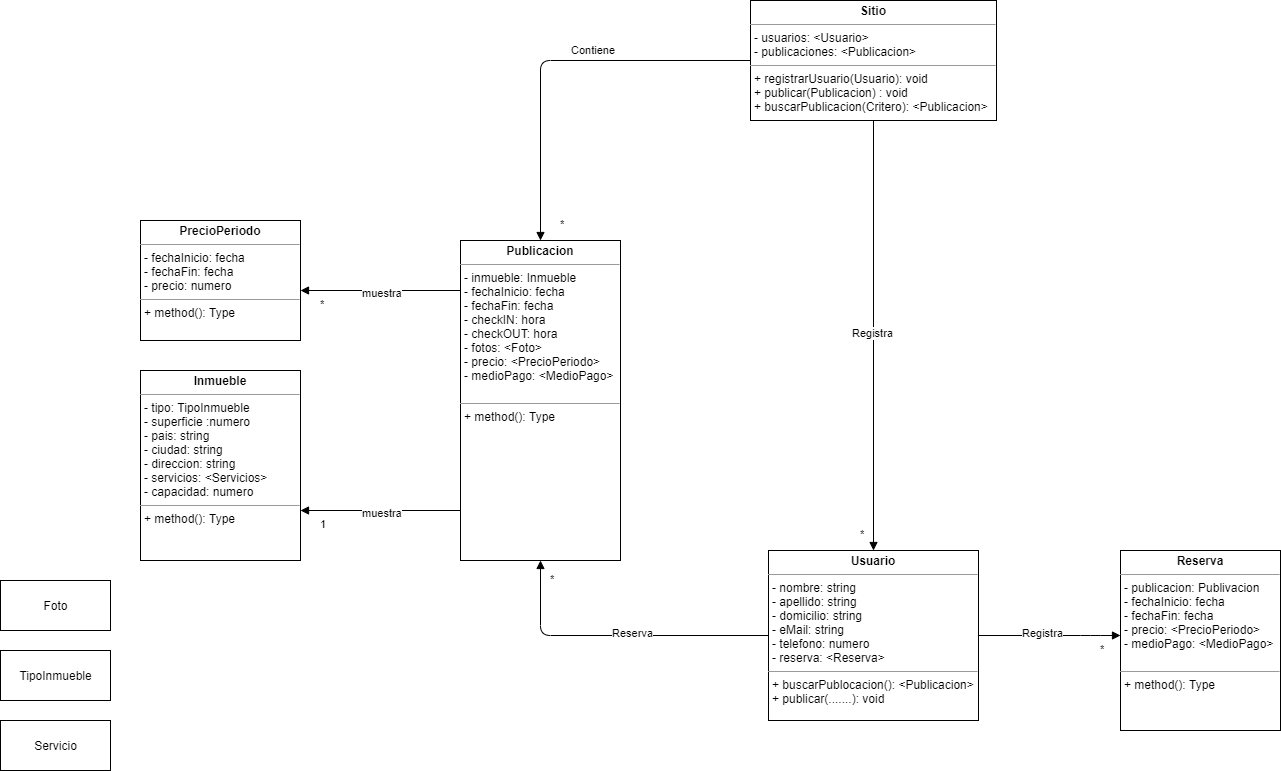
The draw.io diagram UML_PO2_TP_FINALPNG.png in CundariNicolas/PO2_TP_FINAL_2021, before a commit. Source tidied: cells renumbered, new cells last; positions are measured from the earlier drawing's top-left corner, leaving out a move shared by most shapes. Source of this version:
```xml
<mxGraphModel background="#ffffff">
  <root>
    <mxCell id="0" />
    <mxCell id="1" parent="0" />
    <mxCell id="2" value="&lt;p style=&quot;margin: 0px ; margin-top: 4px ; text-align: center&quot;&gt;&lt;b&gt;Usuario&lt;/b&gt;&lt;/p&gt;&lt;hr size=&quot;1&quot;&gt;&lt;p style=&quot;margin: 0px ; margin-left: 4px&quot;&gt;- nombre: string&lt;/p&gt;&lt;p style=&quot;margin: 0px ; margin-left: 4px&quot;&gt;- apellido: string&lt;/p&gt;&lt;p style=&quot;margin: 0px ; margin-left: 4px&quot;&gt;- domicilio: string&lt;/p&gt;&lt;p style=&quot;margin: 0px ; margin-left: 4px&quot;&gt;- eMail: string&lt;/p&gt;&lt;p style=&quot;margin: 0px ; margin-left: 4px&quot;&gt;- telefono: numero&lt;/p&gt;&lt;p style=&quot;margin: 0px ; margin-left: 4px&quot;&gt;- reserva: &amp;lt;Reserva&amp;gt;&lt;/p&gt;&lt;hr size=&quot;1&quot;&gt;&lt;p style=&quot;margin: 0px ; margin-left: 4px&quot;&gt;+ buscarPublocacion(): &amp;lt;Publicacion&amp;gt;&lt;/p&gt;&lt;p style=&quot;margin: 0px ; margin-left: 4px&quot;&gt;+ publicar(.......): void&lt;/p&gt;" style="verticalAlign=top;align=left;overflow=fill;fontSize=12;fontFamily=Helvetica;html=1;" parent="1" vertex="1">
      <mxGeometry x="768" y="550" width="210" height="170" as="geometry" />
    </mxCell>
    <mxCell id="3" value="&lt;p style=&quot;margin: 0px ; margin-top: 4px ; text-align: center&quot;&gt;&lt;b&gt;Publicacion&lt;/b&gt;&lt;/p&gt;&lt;hr size=&quot;1&quot;&gt;&lt;p style=&quot;margin: 0px ; margin-left: 4px&quot;&gt;- inmueble: Inmueble&lt;/p&gt;&lt;p style=&quot;margin: 0px ; margin-left: 4px&quot;&gt;- fechaInicio: fecha&lt;/p&gt;&lt;p style=&quot;margin: 0px ; margin-left: 4px&quot;&gt;- fechaFin: fecha&lt;/p&gt;&lt;p style=&quot;margin: 0px ; margin-left: 4px&quot;&gt;- checkIN: hora&lt;/p&gt;&lt;p style=&quot;margin: 0px ; margin-left: 4px&quot;&gt;- checkOUT: hora&lt;/p&gt;&lt;p style=&quot;margin: 0px ; margin-left: 4px&quot;&gt;- fotos: &amp;lt;Foto&amp;gt;&lt;/p&gt;&lt;p style=&quot;margin: 0px ; margin-left: 4px&quot;&gt;- precio: &amp;lt;PrecioPeriodo&amp;gt;&lt;/p&gt;&lt;p style=&quot;margin: 0px ; margin-left: 4px&quot;&gt;- medioPago: &amp;lt;MedioPago&amp;gt;&lt;/p&gt;&lt;p style=&quot;margin: 0px ; margin-left: 4px&quot;&gt;&lt;br&gt;&lt;/p&gt;&lt;hr size=&quot;1&quot;&gt;&lt;p style=&quot;margin: 0px ; margin-left: 4px&quot;&gt;+ method(): Type&lt;/p&gt;" style="verticalAlign=top;align=left;overflow=fill;fontSize=12;fontFamily=Helvetica;html=1;" parent="1" vertex="1">
      <mxGeometry x="460" y="240" width="160" height="320" as="geometry" />
    </mxCell>
    <mxCell id="4" value="&lt;p style=&quot;margin: 0px ; margin-top: 4px ; text-align: center&quot;&gt;&lt;b&gt;Sitio&lt;/b&gt;&lt;/p&gt;&lt;hr size=&quot;1&quot;&gt;&lt;p style=&quot;margin: 0px ; margin-left: 4px&quot;&gt;- usuarios: &amp;lt;Usuario&amp;gt;&lt;/p&gt;&lt;p style=&quot;margin: 0px ; margin-left: 4px&quot;&gt;- publicaciones: &amp;lt;Publicacion&amp;gt;&lt;/p&gt;&lt;hr size=&quot;1&quot;&gt;&lt;p style=&quot;margin: 0px ; margin-left: 4px&quot;&gt;+ registrarUsuario(Usuario): void&lt;/p&gt;&lt;p style=&quot;margin: 0px ; margin-left: 4px&quot;&gt;+ publicar(Publicacion) : void&lt;/p&gt;&lt;p style=&quot;margin: 0px ; margin-left: 4px&quot;&gt;+ buscarPublicacion(Critero): &amp;lt;Publicacion&amp;gt;&lt;/p&gt;" style="verticalAlign=top;align=left;overflow=fill;fontSize=12;fontFamily=Helvetica;html=1;" parent="1" vertex="1">
      <mxGeometry x="750" width="246" height="120" as="geometry" />
    </mxCell>
    <mxCell id="5" value="&lt;p style=&quot;margin: 0px ; margin-top: 4px ; text-align: center&quot;&gt;&lt;b&gt;Inmueble&lt;/b&gt;&lt;/p&gt;&lt;hr size=&quot;1&quot;&gt;&lt;p style=&quot;margin: 0px ; margin-left: 4px&quot;&gt;- tipo: TipoInmueble&lt;/p&gt;&lt;p style=&quot;margin: 0px ; margin-left: 4px&quot;&gt;- superficie :numero&lt;/p&gt;&lt;p style=&quot;margin: 0px ; margin-left: 4px&quot;&gt;- pais: string&lt;/p&gt;&lt;p style=&quot;margin: 0px ; margin-left: 4px&quot;&gt;- ciudad: string&lt;/p&gt;&lt;p style=&quot;margin: 0px ; margin-left: 4px&quot;&gt;- direccion: string&lt;/p&gt;&lt;p style=&quot;margin: 0px ; margin-left: 4px&quot;&gt;- servicios: &amp;lt;Servicios&amp;gt;&lt;/p&gt;&lt;p style=&quot;margin: 0px ; margin-left: 4px&quot;&gt;- capacidad: numero&lt;/p&gt;&lt;hr size=&quot;1&quot;&gt;&lt;p style=&quot;margin: 0px ; margin-left: 4px&quot;&gt;+ method(): Type&lt;/p&gt;" style="verticalAlign=top;align=left;overflow=fill;fontSize=12;fontFamily=Helvetica;html=1;" parent="1" vertex="1">
      <mxGeometry x="140" y="370" width="160" height="190" as="geometry" />
    </mxCell>
    <mxCell id="6" value="TipoInmueble" style="html=1;" parent="1" vertex="1">
      <mxGeometry y="650" width="110" height="50" as="geometry" />
    </mxCell>
    <mxCell id="7" value="Servicio" style="html=1;" parent="1" vertex="1">
      <mxGeometry y="720" width="110" height="50" as="geometry" />
    </mxCell>
    <mxCell id="8" value="Foto" style="html=1;" parent="1" vertex="1">
      <mxGeometry y="580" width="110" height="50" as="geometry" />
    </mxCell>
    <mxCell id="9" value="&lt;p style=&quot;margin: 0px ; margin-top: 4px ; text-align: center&quot;&gt;&lt;b&gt;PrecioPeriodo&lt;/b&gt;&lt;/p&gt;&lt;hr size=&quot;1&quot;&gt;&lt;p style=&quot;margin: 0px ; margin-left: 4px&quot;&gt;- fechaInicio: fecha&lt;/p&gt;&lt;p style=&quot;margin: 0px ; margin-left: 4px&quot;&gt;- fechaFin: fecha&lt;/p&gt;&lt;p style=&quot;margin: 0px ; margin-left: 4px&quot;&gt;- precio: numero&lt;/p&gt;&lt;hr size=&quot;1&quot;&gt;&lt;p style=&quot;margin: 0px ; margin-left: 4px&quot;&gt;+ method(): Type&lt;/p&gt;" style="verticalAlign=top;align=left;overflow=fill;fontSize=12;fontFamily=Helvetica;html=1;" parent="1" vertex="1">
      <mxGeometry x="140" y="220" width="160" height="120" as="geometry" />
    </mxCell>
    <mxCell id="10" value="&lt;p style=&quot;margin: 0px ; margin-top: 4px ; text-align: center&quot;&gt;&lt;b&gt;Reserva&lt;/b&gt;&lt;/p&gt;&lt;hr size=&quot;1&quot;&gt;&lt;p style=&quot;margin: 0px ; margin-left: 4px&quot;&gt;- publicacion: Publivacion&lt;/p&gt;&lt;p style=&quot;margin: 0px ; margin-left: 4px&quot;&gt;- fechaInicio: fecha&lt;/p&gt;&lt;p style=&quot;margin: 0px ; margin-left: 4px&quot;&gt;- fechaFin: fecha&lt;/p&gt;&lt;p style=&quot;margin: 0px ; margin-left: 4px&quot;&gt;- precio: &amp;lt;PrecioPeriodo&amp;gt;&lt;/p&gt;&lt;p style=&quot;margin: 0px ; margin-left: 4px&quot;&gt;- medioPago: &amp;lt;MedioPago&amp;gt;&lt;/p&gt;&lt;p style=&quot;margin: 0px ; margin-left: 4px&quot;&gt;&lt;br&gt;&lt;/p&gt;&lt;hr size=&quot;1&quot;&gt;&lt;p style=&quot;margin: 0px ; margin-left: 4px&quot;&gt;+ method(): Type&lt;/p&gt;" style="verticalAlign=top;align=left;overflow=fill;fontSize=12;fontFamily=Helvetica;html=1;" parent="1" vertex="1">
      <mxGeometry x="1120" y="550" width="160" height="180" as="geometry" />
    </mxCell>
    <mxCell id="11" value="Registra" style="endArrow=block;endFill=1;html=1;edgeStyle=orthogonalEdgeStyle;align=left;verticalAlign=top;" parent="1" edge="1" source="4" target="2">
      <mxGeometry x="-0.07" y="-23" relative="1" as="geometry" />
    </mxCell>
    <mxCell id="12" value="*" style="edgeLabel;html=1;align=left;verticalAlign=bottom;spacing=20;" parent="11" vertex="1">
      <mxGeometry x="-1" relative="1" as="geometry">
        <mxPoint x="-33" y="440" as="offset" />
      </mxGeometry>
    </mxCell>
    <mxCell id="13" value="Reserva" style="endArrow=block;endFill=1;html=1;edgeStyle=orthogonalEdgeStyle;align=left;verticalAlign=top;" parent="1" edge="1" source="2" target="3">
      <mxGeometry x="0.04" y="-15" relative="1" as="geometry">
        <Array as="points">
          <mxPoint x="540" y="635" />
        </Array>
      </mxGeometry>
    </mxCell>
    <mxCell id="14" value="*" style="edgeLabel;html=1;align=left;verticalAlign=bottom;spacing=20;" parent="13" vertex="1">
      <mxGeometry x="-1" relative="1" as="geometry">
        <mxPoint x="-238" y="-30" as="offset" />
      </mxGeometry>
    </mxCell>
    <mxCell id="15" value="Registra" style="endArrow=block;endFill=1;html=1;edgeStyle=orthogonalEdgeStyle;align=left;verticalAlign=top;" parent="1" edge="1" source="2" target="10">
      <mxGeometry x="-0.41" y="15" relative="1" as="geometry">
        <Array as="points">
          <mxPoint x="1090" y="635" />
          <mxPoint x="1090" y="635" />
        </Array>
      </mxGeometry>
    </mxCell>
    <mxCell id="16" value="*" style="edgeLabel;html=1;align=left;verticalAlign=bottom;spacing=20;" parent="15" vertex="1">
      <mxGeometry x="-1" relative="1" as="geometry">
        <mxPoint x="102" y="40" as="offset" />
      </mxGeometry>
    </mxCell>
    <mxCell id="17" value="Contiene" style="endArrow=block;endFill=1;html=1;edgeStyle=orthogonalEdgeStyle;align=left;verticalAlign=top;" parent="1" edge="1" source="4" target="3">
      <mxGeometry x="-0.07" y="-23" relative="1" as="geometry" />
    </mxCell>
    <mxCell id="18" value="*" style="edgeLabel;html=1;align=left;verticalAlign=bottom;spacing=20;" parent="17" vertex="1">
      <mxGeometry x="-1" relative="1" as="geometry">
        <mxPoint x="-210" y="190" as="offset" />
      </mxGeometry>
    </mxCell>
    <mxCell id="19" value="muestra" style="endArrow=block;endFill=1;html=1;edgeStyle=orthogonalEdgeStyle;align=left;verticalAlign=top;" parent="1" edge="1" source="3" target="5">
      <mxGeometry x="0.25" y="-10" relative="1" as="geometry">
        <Array as="points">
          <mxPoint x="390" y="510" />
          <mxPoint x="390" y="510" />
        </Array>
      </mxGeometry>
    </mxCell>
    <mxCell id="20" value="1" style="edgeLabel;html=1;align=left;verticalAlign=bottom;spacing=20;" parent="19" vertex="1">
      <mxGeometry x="-1" relative="1" as="geometry">
        <mxPoint x="-160" y="40" as="offset" />
      </mxGeometry>
    </mxCell>
    <mxCell id="21" value="muestra" style="endArrow=block;endFill=1;html=1;edgeStyle=orthogonalEdgeStyle;align=left;verticalAlign=top;" parent="1" edge="1">
      <mxGeometry x="0.25" y="-10" relative="1" as="geometry">
        <mxPoint x="460" y="290" as="sourcePoint" />
        <mxPoint x="300" y="290" as="targetPoint" />
        <Array as="points">
          <mxPoint x="390" y="290" />
          <mxPoint x="390" y="290" />
        </Array>
      </mxGeometry>
    </mxCell>
    <mxCell id="22" value="*" style="edgeLabel;html=1;align=left;verticalAlign=bottom;spacing=20;" parent="21" vertex="1">
      <mxGeometry x="-1" relative="1" as="geometry">
        <mxPoint x="-160" y="40" as="offset" />
      </mxGeometry>
    </mxCell>
  </root>
</mxGraphModel>
```
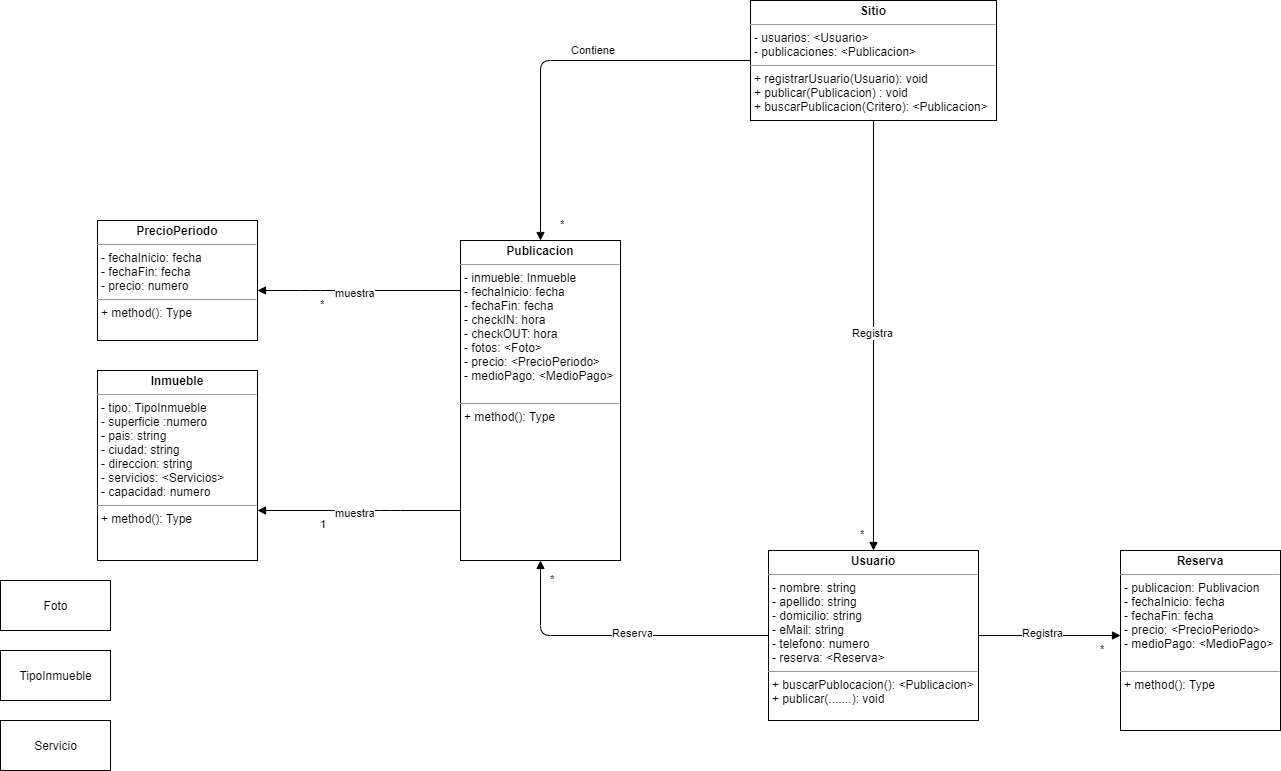
Above is the later version.

The edit, as a diff of the source:
```diff
@@ -12,7 +12,7 @@
       <mxGeometry x="750" width="246" height="120" as="geometry" />
     </mxCell>
     <mxCell id="5" value="&lt;p style=&quot;margin: 0px ; margin-top: 4px ; text-align: center&quot;&gt;&lt;b&gt;Inmueble&lt;/b&gt;&lt;/p&gt;&lt;hr size=&quot;1&quot;&gt;&lt;p style=&quot;margin: 0px ; margin-left: 4px&quot;&gt;- tipo: TipoInmueble&lt;/p&gt;&lt;p style=&quot;margin: 0px ; margin-left: 4px&quot;&gt;- superficie :numero&lt;/p&gt;&lt;p style=&quot;margin: 0px ; margin-left: 4px&quot;&gt;- pais: string&lt;/p&gt;&lt;p style=&quot;margin: 0px ; margin-left: 4px&quot;&gt;- ciudad: string&lt;/p&gt;&lt;p style=&quot;margin: 0px ; margin-left: 4px&quot;&gt;- direccion: string&lt;/p&gt;&lt;p style=&quot;margin: 0px ; margin-left: 4px&quot;&gt;- servicios: &amp;lt;Servicios&amp;gt;&lt;/p&gt;&lt;p style=&quot;margin: 0px ; margin-left: 4px&quot;&gt;- capacidad: numero&lt;/p&gt;&lt;hr size=&quot;1&quot;&gt;&lt;p style=&quot;margin: 0px ; margin-left: 4px&quot;&gt;+ method(): Type&lt;/p&gt;" style="verticalAlign=top;align=left;overflow=fill;fontSize=12;fontFamily=Helvetica;html=1;" parent="1" vertex="1">
-      <mxGeometry x="140" y="370" width="160" height="190" as="geometry" />
+      <mxGeometry x="97" y="370" width="160" height="190" as="geometry" />
     </mxCell>
     <mxCell id="6" value="TipoInmueble" style="html=1;" parent="1" vertex="1">
       <mxGeometry y="650" width="110" height="50" as="geometry" />
@@ -24,7 +24,7 @@
       <mxGeometry y="580" width="110" height="50" as="geometry" />
     </mxCell>
     <mxCell id="9" value="&lt;p style=&quot;margin: 0px ; margin-top: 4px ; text-align: center&quot;&gt;&lt;b&gt;PrecioPeriodo&lt;/b&gt;&lt;/p&gt;&lt;hr size=&quot;1&quot;&gt;&lt;p style=&quot;margin: 0px ; margin-left: 4px&quot;&gt;- fechaInicio: fecha&lt;/p&gt;&lt;p style=&quot;margin: 0px ; margin-left: 4px&quot;&gt;- fechaFin: fecha&lt;/p&gt;&lt;p style=&quot;margin: 0px ; margin-left: 4px&quot;&gt;- precio: numero&lt;/p&gt;&lt;hr size=&quot;1&quot;&gt;&lt;p style=&quot;margin: 0px ; margin-left: 4px&quot;&gt;+ method(): Type&lt;/p&gt;" style="verticalAlign=top;align=left;overflow=fill;fontSize=12;fontFamily=Helvetica;html=1;" parent="1" vertex="1">
-      <mxGeometry x="140" y="220" width="160" height="120" as="geometry" />
+      <mxGeometry x="97" y="220" width="160" height="120" as="geometry" />
     </mxCell>
     <mxCell id="10" value="&lt;p style=&quot;margin: 0px ; margin-top: 4px ; text-align: center&quot;&gt;&lt;b&gt;Reserva&lt;/b&gt;&lt;/p&gt;&lt;hr size=&quot;1&quot;&gt;&lt;p style=&quot;margin: 0px ; margin-left: 4px&quot;&gt;- publicacion: Publivacion&lt;/p&gt;&lt;p style=&quot;margin: 0px ; margin-left: 4px&quot;&gt;- fechaInicio: fecha&lt;/p&gt;&lt;p style=&quot;margin: 0px ; margin-left: 4px&quot;&gt;- fechaFin: fecha&lt;/p&gt;&lt;p style=&quot;margin: 0px ; margin-left: 4px&quot;&gt;- precio: &amp;lt;PrecioPeriodo&amp;gt;&lt;/p&gt;&lt;p style=&quot;margin: 0px ; margin-left: 4px&quot;&gt;- medioPago: &amp;lt;MedioPago&amp;gt;&lt;/p&gt;&lt;p style=&quot;margin: 0px ; margin-left: 4px&quot;&gt;&lt;br&gt;&lt;/p&gt;&lt;hr size=&quot;1&quot;&gt;&lt;p style=&quot;margin: 0px ; margin-left: 4px&quot;&gt;+ method(): Type&lt;/p&gt;" style="verticalAlign=top;align=left;overflow=fill;fontSize=12;fontFamily=Helvetica;html=1;" parent="1" vertex="1">
       <mxGeometry x="1120" y="550" width="160" height="180" as="geometry" />
@@ -83,13 +83,12 @@
         <mxPoint x="-160" y="40" as="offset" />
       </mxGeometry>
     </mxCell>
-    <mxCell id="21" value="muestra" style="endArrow=block;endFill=1;html=1;edgeStyle=orthogonalEdgeStyle;align=left;verticalAlign=top;" parent="1" edge="1">
+    <mxCell id="21" value="muestra" style="endArrow=block;endFill=1;html=1;edgeStyle=orthogonalEdgeStyle;align=left;verticalAlign=top;" parent="1" edge="1" target="9">
       <mxGeometry x="0.25" y="-10" relative="1" as="geometry">
         <mxPoint x="460" y="290" as="sourcePoint" />
-        <mxPoint x="300" y="290" as="targetPoint" />
         <Array as="points">
-          <mxPoint x="390" y="290" />
-          <mxPoint x="390" y="290" />
+          <mxPoint x="310" y="290" />
+          <mxPoint x="310" y="290" />
         </Array>
       </mxGeometry>
     </mxCell>
```
